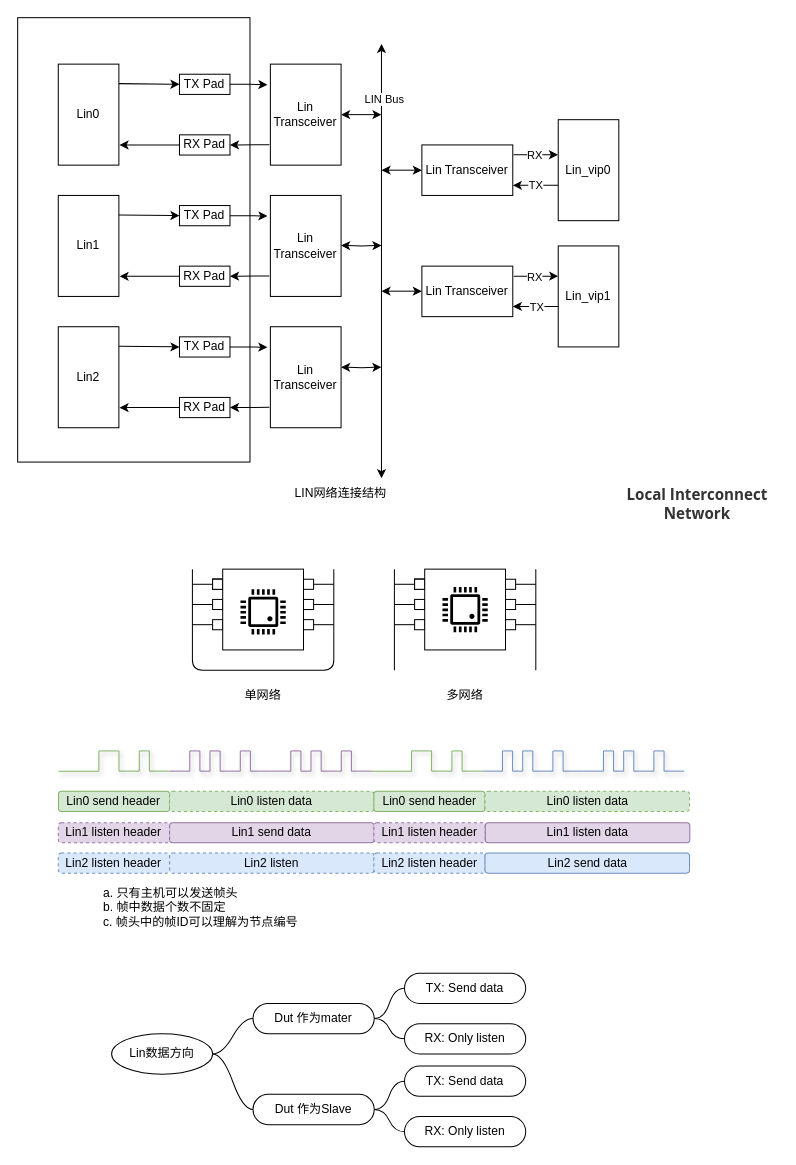
iceyxy/flow-chart-drawio keeps this draw.io diagram as page "协议规格" (1 of 5) of drawio/flexlin.drawio. Above is the earlier version. Source tidied: cells renumbered, new cells numbered last; positions are measured from the earlier drawing's top-left corner, leaving out a move shared by most shapes. Both pictures are drawn from the tidied source at 101%, with x=0, y=0 at pixel (17, 17).
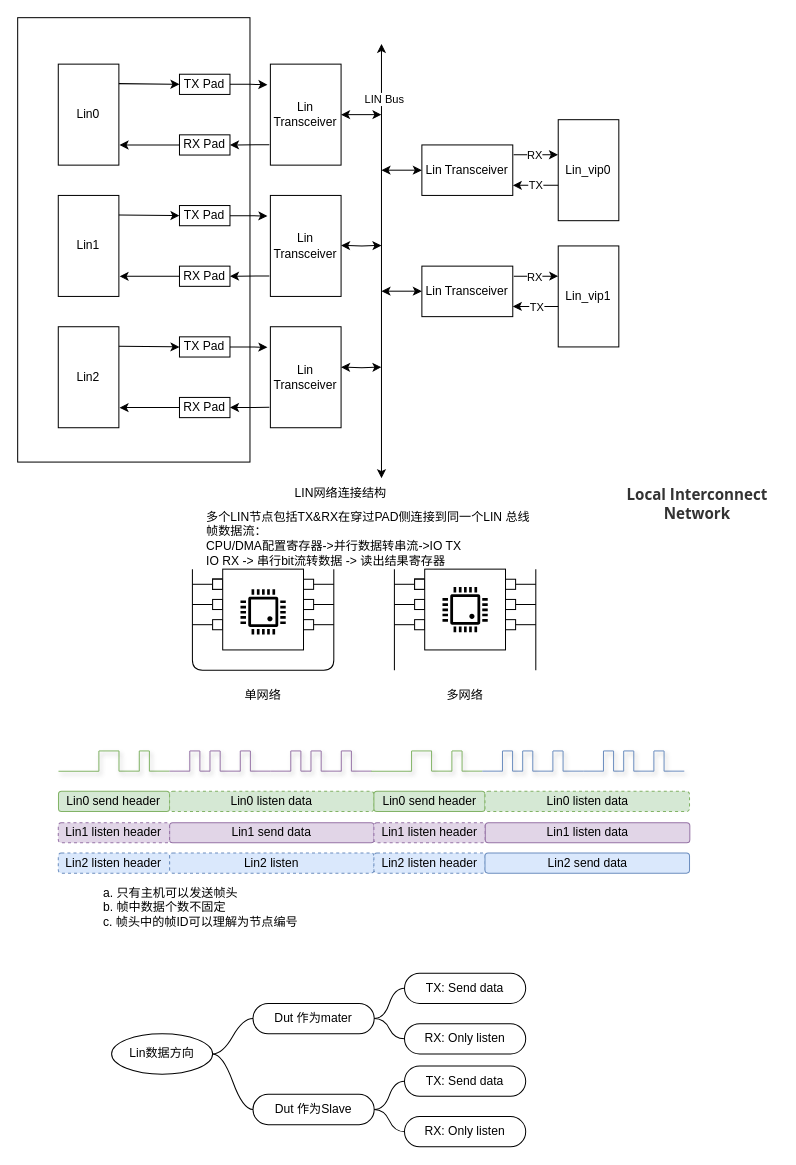
The same page after the edit.

Diff of the diagram source:
```diff
@@
+    <mxCell id="187" value="&lt;div&gt;多个LIN节点包括TX&amp;amp;RX在穿过PAD侧连接到同一个LIN 总线&lt;/div&gt;&lt;div&gt;帧数据流：&lt;/div&gt;&lt;div&gt;CPU/DMA配置寄存器-&amp;gt;并行数据转串流-&amp;gt;IO TX&lt;/div&gt;&lt;div&gt;IO RX -&amp;gt; 串行bit流转数据 -&amp;gt; 读出结果寄存器&lt;/div&gt;" style="text;html=1;whiteSpace=wrap;strokeColor=none;fillColor=none;align=left;verticalAlign=middle;rounded=0;" parent="1" vertex="1">
+      <mxGeometry x="185" y="501" width="370" height="30" as="geometry" />
+    </mxCell>
```
